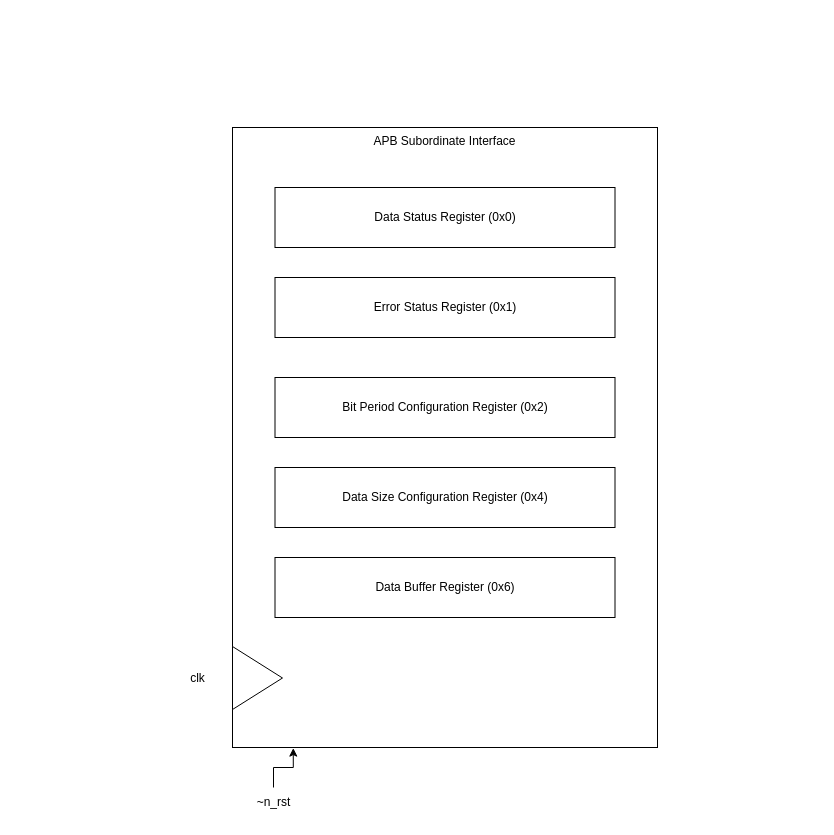
Earlier version of the draw.io diagram Lab 8.drawio (Charvles/ECE337). Source tidied: cells renumbered, new cells numbered last; positions are measured from the earlier drawing's top-left corner, leaving out a move shared by most shapes. Both pictures are drawn from the tidied source at 100%, with x=0, y=0 at pixel (177, 127).
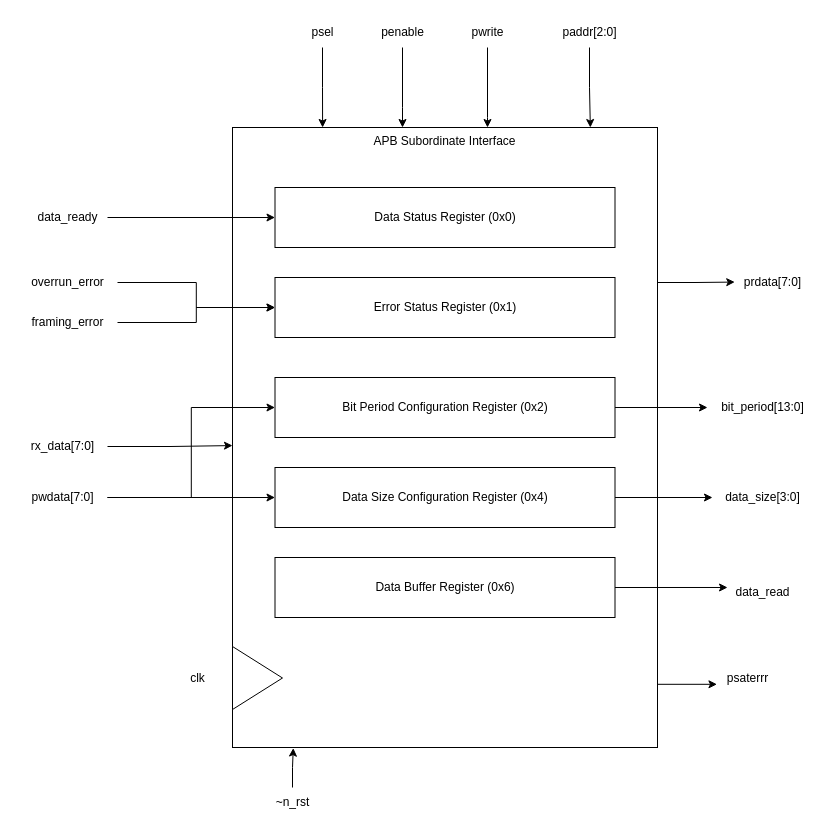
Above is the later version.

Unchanged cells that the change refers to:
```xml
<mxCell id="4" value="&lt;div&gt;APB Subordinate Interface&lt;/div&gt;" style="rounded=0;whiteSpace=wrap;html=1;align=center;verticalAlign=top;" parent="1" vertex="1">
  <mxGeometry x="55" width="425" height="620" as="geometry" />
</mxCell>
<mxCell id="7" value="Data Status Register (0x0)" style="rounded=0;whiteSpace=wrap;html=1;" parent="1" vertex="1">
  <mxGeometry x="97.5" y="60" width="340" height="60" as="geometry" />
</mxCell>
<mxCell id="8" value="Error Status Register (0x1)" style="rounded=0;whiteSpace=wrap;html=1;" parent="1" vertex="1">
  <mxGeometry x="97.5" y="150" width="340" height="60" as="geometry" />
</mxCell>
<mxCell id="9" value="Bit Period Configuration Register (0x2)" style="rounded=0;whiteSpace=wrap;html=1;" parent="1" vertex="1">
  <mxGeometry x="97.5" y="250" width="340" height="60" as="geometry" />
</mxCell>
<mxCell id="10" value="Data Size Configuration Register (0x4)" style="rounded=0;whiteSpace=wrap;html=1;" parent="1" vertex="1">
  <mxGeometry x="97.5" y="340" width="340" height="60" as="geometry" />
</mxCell>
<mxCell id="11" value="Data Buffer Register (0x6)" style="rounded=0;whiteSpace=wrap;html=1;" parent="1" vertex="1">
  <mxGeometry x="97.5" y="430" width="340" height="60" as="geometry" />
</mxCell>
```

What changed in the source:
```diff
@@
     <mxCell id="3" value="~n_rst" style="text;html=1;align=center;verticalAlign=middle;points=[];strokeColor=none;fillColor=none;" parent="1" vertex="1">
-      <mxGeometry x="66" y="660" width="60" height="30" as="geometry" />
+      <mxGeometry x="85" y="660" width="60" height="30" as="geometry" />
     </mxCell>
@@
+    <mxCell id="12" style="edgeStyle=orthogonalEdgeStyle;rounded=0;jettySize=auto;html=1;" parent="1" edge="1" source="9" target="33">
+      <mxGeometry relative="1" as="geometry" />
+    </mxCell>
@@
+    <mxCell id="13" style="edgeStyle=orthogonalEdgeStyle;rounded=0;jettySize=auto;html=1;" parent="1" edge="1" source="10" target="34">
+      <mxGeometry relative="1" as="geometry" />
+    </mxCell>
@@
+    <mxCell id="14" style="edgeStyle=orthogonalEdgeStyle;rounded=0;jettySize=auto;html=1;entryX=0;entryY=0.5;entryDx=0;entryDy=0;" parent="1" edge="1" source="15" target="7">
+      <mxGeometry relative="1" as="geometry" />
+    </mxCell>
+    <mxCell id="15" value="data_ready" style="text;html=1;align=center;verticalAlign=middle;points=[];strokeColor=none;fillColor=none;" parent="1" vertex="1">
+      <mxGeometry x="-150" y="75" width="80" height="30" as="geometry" />
+    </mxCell>
+    <mxCell id="16" value="rx_data[7:0]" style="text;html=1;align=center;verticalAlign=middle;points=[];strokeColor=none;fillColor=none;" parent="1" vertex="1">
+      <mxGeometry x="-160" y="304" width="90" height="30" as="geometry" />
+    </mxCell>
+    <mxCell id="17" style="edgeStyle=orthogonalEdgeStyle;rounded=0;jettySize=auto;html=1;" parent="1" edge="1" source="18" target="8">
+      <mxGeometry relative="1" as="geometry" />
+    </mxCell>
+    <mxCell id="18" value="overrun_error" style="text;html=1;align=center;verticalAlign=middle;points=[];strokeColor=none;fillColor=none;" parent="1" vertex="1">
+      <mxGeometry x="-160" y="140" width="100" height="30" as="geometry" />
+    </mxCell>
+    <mxCell id="19" style="edgeStyle=orthogonalEdgeStyle;rounded=0;jettySize=auto;html=1;entryX=0;entryY=0.5;entryDx=0;entryDy=0;" parent="1" edge="1" source="20" target="8">
+      <mxGeometry relative="1" as="geometry" />
+    </mxCell>
+    <mxCell id="20" value="framing_error" style="text;html=1;align=center;verticalAlign=middle;points=[];strokeColor=none;fillColor=none;" parent="1" vertex="1">
+      <mxGeometry x="-160" y="180" width="100" height="30" as="geometry" />
+    </mxCell>
+    <mxCell id="21" value="psel" style="text;html=1;align=center;verticalAlign=middle;points=[];strokeColor=none;fillColor=none;" parent="1" vertex="1">
+      <mxGeometry x="120" y="-110" width="50" height="30" as="geometry" />
+    </mxCell>
+    <mxCell id="22" value="paddr[2:0]" style="text;html=1;align=center;verticalAlign=middle;points=[];strokeColor=none;fillColor=none;" parent="1" vertex="1">
+      <mxGeometry x="372" y="-110" width="80" height="30" as="geometry" />
+    </mxCell>
+    <mxCell id="23" style="edgeStyle=orthogonalEdgeStyle;rounded=0;jettySize=auto;html=1;" parent="1" edge="1" source="24" target="4">
+      <mxGeometry relative="1" as="geometry">
+        <Array as="points">
+          <mxPoint x="225" y="-20" />
+          <mxPoint x="225" y="-20" />
+        </Array>
+      </mxGeometry>
+    </mxCell>
+    <mxCell id="24" value="penable" style="text;html=1;align=center;verticalAlign=middle;points=[];strokeColor=none;fillColor=none;" parent="1" vertex="1">
+      <mxGeometry x="190" y="-110" width="70" height="30" as="geometry" />
+    </mxCell>
+    <mxCell id="25" style="edgeStyle=orthogonalEdgeStyle;rounded=0;jettySize=auto;html=1;" parent="1" edge="1" source="26" target="4">
+      <mxGeometry relative="1" as="geometry">
+        <Array as="points">
+          <mxPoint x="310" y="-10" />
+          <mxPoint x="310" y="-10" />
+        </Array>
+      </mxGeometry>
+    </mxCell>
+    <mxCell id="26" value="pwrite" style="text;html=1;align=center;verticalAlign=middle;points=[];strokeColor=none;fillColor=none;" parent="1" vertex="1">
+      <mxGeometry x="280" y="-110" width="60" height="30" as="geometry" />
+    </mxCell>
+    <mxCell id="27" style="edgeStyle=orthogonalEdgeStyle;rounded=0;jettySize=auto;html=1;entryX=0;entryY=0.5;entryDx=0;entryDy=0;" parent="1" edge="1" source="29" target="9">
+      <mxGeometry relative="1" as="geometry" />
+    </mxCell>
+    <mxCell id="28" style="edgeStyle=orthogonalEdgeStyle;rounded=0;jettySize=auto;html=1;" parent="1" edge="1" source="29" target="10">
+      <mxGeometry relative="1" as="geometry" />
+    </mxCell>
+    <mxCell id="29" value="pwdata[7:0]" style="text;html=1;align=center;verticalAlign=middle;points=[];strokeColor=none;fillColor=none;" parent="1" vertex="1">
+      <mxGeometry x="-160" y="355" width="90" height="30" as="geometry" />
+    </mxCell>
+    <mxCell id="30" value="prdata[7:0]" style="text;html=1;align=center;verticalAlign=middle;points=[];strokeColor=none;fillColor=none;" parent="1" vertex="1">
+      <mxGeometry x="555" y="140" width="80" height="30" as="geometry" />
+    </mxCell>
+    <mxCell id="31" value="psaterrr" style="text;html=1;align=center;verticalAlign=middle;points=[];strokeColor=none;fillColor=none;" parent="1" vertex="1">
+      <mxGeometry x="540" y="535.5" width="60" height="30" as="geometry" />
+    </mxCell>
+    <mxCell id="32" value="data_read" style="text;html=1;align=center;verticalAlign=middle;points=[];strokeColor=none;fillColor=none;" parent="1" vertex="1">
+      <mxGeometry x="545" y="450" width="80" height="30" as="geometry" />
+    </mxCell>
+    <mxCell id="33" value="bit_period[13:0]" style="text;html=1;align=center;verticalAlign=middle;points=[];strokeColor=none;fillColor=none;" parent="1" vertex="1">
+      <mxGeometry x="530" y="265" width="110" height="30" as="geometry" />
+    </mxCell>
+    <mxCell id="34" value="data_size[3:0]" style="text;html=1;align=center;verticalAlign=middle;points=[];strokeColor=none;fillColor=none;" parent="1" vertex="1">
+      <mxGeometry x="535" y="355" width="100" height="30" as="geometry" />
+    </mxCell>
+    <mxCell id="35" style="edgeStyle=orthogonalEdgeStyle;rounded=0;jettySize=auto;html=1;entryX=0.842;entryY=0;entryDx=0;entryDy=0;entryPerimeter=0;" parent="1" edge="1" source="22" target="4">
+      <mxGeometry relative="1" as="geometry" />
+    </mxCell>
+    <mxCell id="36" style="edgeStyle=orthogonalEdgeStyle;rounded=0;jettySize=auto;html=1;entryX=0.212;entryY=0;entryDx=0;entryDy=0;entryPerimeter=0;" parent="1" edge="1" source="21" target="4">
+      <mxGeometry relative="1" as="geometry" />
+    </mxCell>
+    <mxCell id="37" style="edgeStyle=orthogonalEdgeStyle;rounded=0;jettySize=auto;html=1;entryX=0;entryY=0.513;entryDx=0;entryDy=0;entryPerimeter=0;" parent="1" edge="1" source="16" target="4">
+      <mxGeometry relative="1" as="geometry" />
+    </mxCell>
+    <mxCell id="38" style="edgeStyle=orthogonalEdgeStyle;rounded=0;jettySize=auto;html=1;exitX=1;exitY=0.5;exitDx=0;exitDy=0;entryX=0.063;entryY=0.333;entryDx=0;entryDy=0;entryPerimeter=0;" parent="1" edge="1" source="11" target="32">
+      <mxGeometry relative="1" as="geometry" />
+    </mxCell>
+    <mxCell id="39" style="edgeStyle=orthogonalEdgeStyle;rounded=0;jettySize=auto;html=1;exitX=1;exitY=1;exitDx=0;exitDy=0;entryX=-0.009;entryY=0.71;entryDx=0;entryDy=0;entryPerimeter=0;" parent="1" edge="1" source="4" target="31">
+      <mxGeometry relative="1" as="geometry">
+        <Array as="points">
+          <mxPoint x="480" y="557" />
+        </Array>
+      </mxGeometry>
+    </mxCell>
+    <mxCell id="40" style="edgeStyle=orthogonalEdgeStyle;rounded=0;jettySize=auto;html=1;exitX=1;exitY=0.25;exitDx=0;exitDy=0;entryX=0.028;entryY=0.486;entryDx=0;entryDy=0;entryPerimeter=0;" parent="1" edge="1" source="4" target="30">
+      <mxGeometry relative="1" as="geometry" />
+    </mxCell>
```
